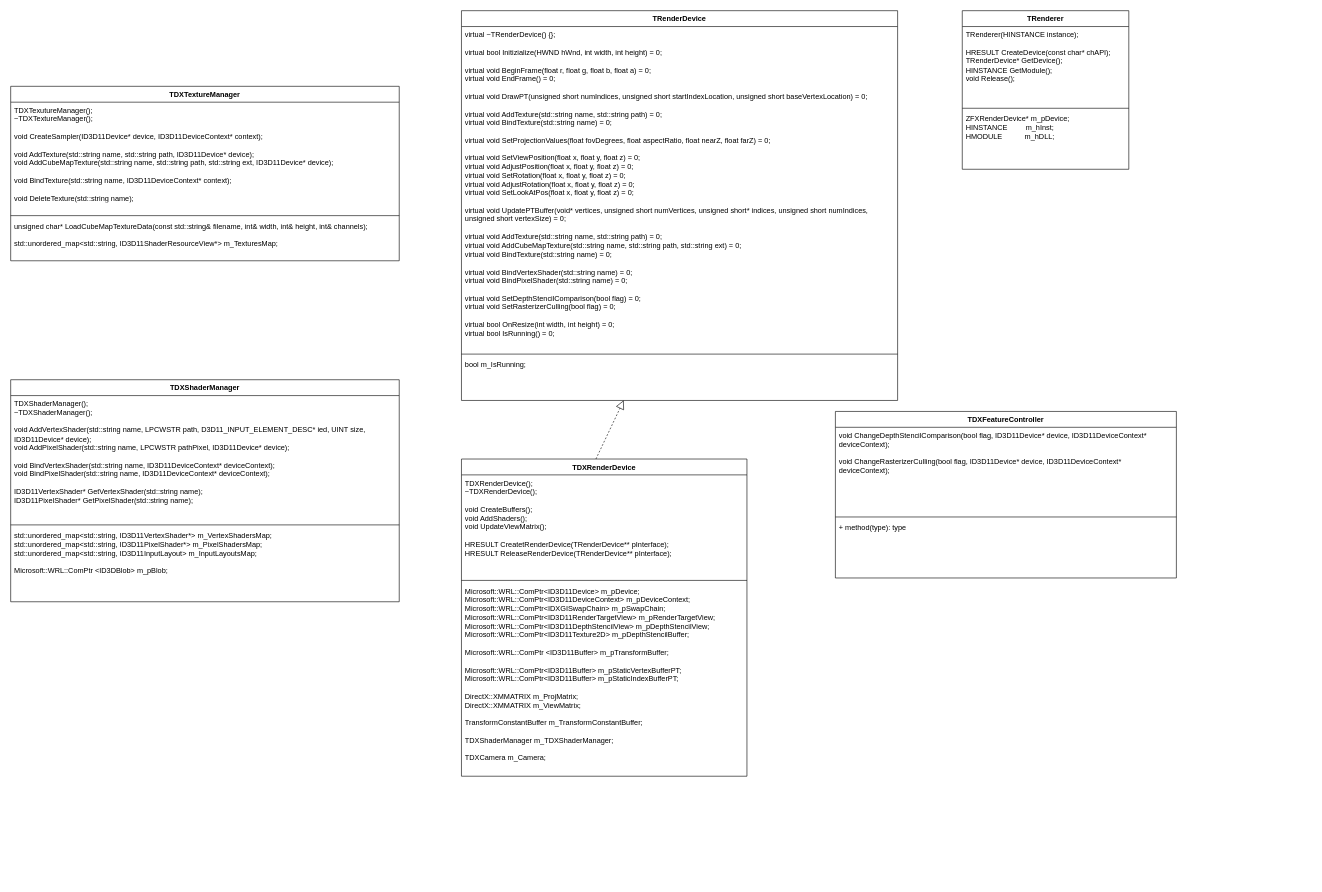
Earlier version of the draw.io diagram UML/TRenderer.drawio (f1oating/TRender). Source tidied: cells renumbered, new cells numbered last; positions are measured from the earlier drawing's top-left corner, leaving out a move shared by most shapes. Both pictures are drawn from the tidied source at 61%, with x=0, y=0 at pixel (10, 10).
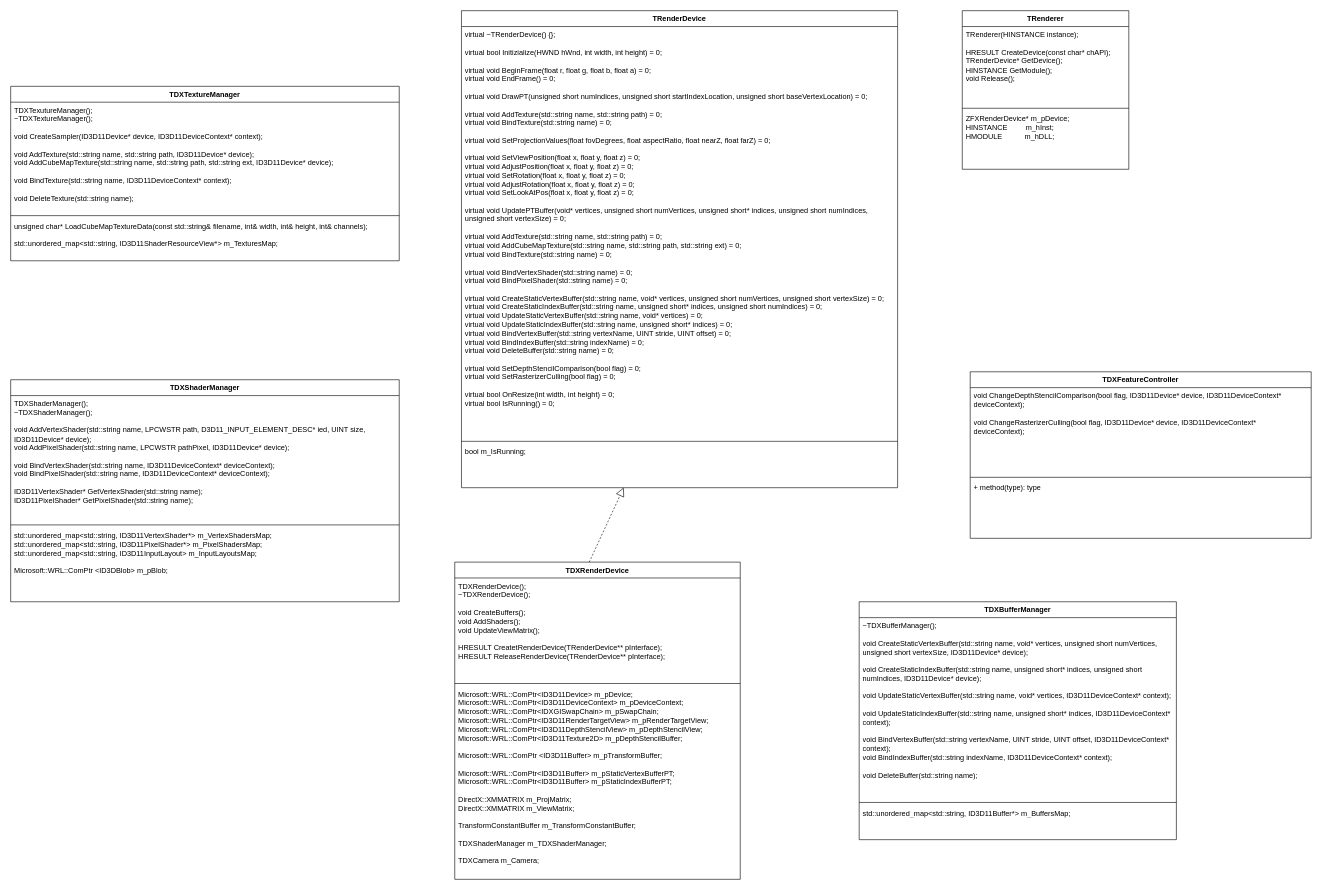
The same page after the edit.

Commit message (it also covers changes not shown here):
added buffer manager

Change to the diagram source:
```diff
@@
     <mxCell id="2" value="TRenderDevice" style="swimlane;fontStyle=1;align=center;verticalAlign=top;horizontal=1;startSize=26;whiteSpace=wrap;html=1;" parent="1" vertex="1">
-      <mxGeometry x="739" width="715" height="639" as="geometry" />
+      <mxGeometry x="739" width="715" height="782" as="geometry" />
     </mxCell>
-    <mxCell id="3" value="&lt;div&gt;virtual ~TRenderDevice() {};&lt;br&gt;&lt;/div&gt;&lt;div&gt;&lt;br&gt;&lt;/div&gt;&lt;div&gt;virtual bool Initizialize(HWND hWnd, int width, int height) = 0;&lt;/div&gt;&lt;div&gt;&lt;br&gt;&lt;/div&gt;&lt;div&gt;virtual void BeginFrame(float r, float g, float b, float a) = 0;&lt;/div&gt;&lt;div&gt;virtual void EndFrame() = 0;&lt;/div&gt;&lt;div&gt;&lt;br&gt;&lt;/div&gt;&lt;div&gt;virtual void DrawPT(unsigned short numIndices, unsigned short startIndexLocation, unsigned short baseVertexLocation) = 0;&lt;br&gt;&lt;/div&gt;&lt;div&gt;&lt;br&gt;&lt;/div&gt;&lt;div&gt;virtual void AddTexture(std::string name, std::string path) = 0;&lt;br&gt;virtual void BindTexture(std::string name) = 0;&lt;br&gt;&lt;/div&gt;&lt;div&gt;&lt;br&gt;&lt;/div&gt;virtual void SetProjectionValues(float fovDegrees, float aspectRatio, float nearZ, float farZ) = 0;&lt;br&gt;&lt;br&gt;virtual void SetViewPosition(float x, float y, float z) = 0;&lt;br&gt;virtual void AdjustPosition(float x, float y, float z) = 0;&lt;br&gt;virtual void SetRotation(float x, float y, float z) = 0;&lt;br&gt;virtual void AdjustRotation(float x, float y, float z) = 0;&lt;br&gt;virtual void SetLookAtPos(float x, float y, float z) = 0;&lt;div&gt;&lt;br&gt;&lt;/div&gt;&lt;div&gt;virtual void UpdatePTBuffer(void* vertices, unsigned short numVertices, unsigned short* indices, unsigned short numIndices, unsigned short vertexSize) = 0;&lt;/div&gt;&lt;div&gt;&lt;br&gt;&lt;/div&gt;&lt;div&gt;virtual void AddTexture(std::string name, std::string path) = 0;&lt;/div&gt;&lt;div&gt;virtual void AddCubeMapTexture(std::string name, std::string path, std::string ext) = 0;&lt;br&gt;&lt;/div&gt;&lt;div&gt;virtual void BindTexture(std::string name) = 0;&lt;/div&gt;&lt;div&gt;&lt;br&gt;&lt;/div&gt;&lt;div&gt;virtual void BindVertexShader(std::string name) = 0;&lt;br&gt;virtual void BindPixelShader(std::string name) = 0;&lt;/div&gt;&lt;div&gt;&lt;br&gt;&lt;/div&gt;&lt;div&gt;virtual void SetDepthStencilComparison(bool flag) = 0;&lt;br&gt;virtual void SetRasterizerCulling(bool flag) = 0;&lt;br&gt;&lt;/div&gt;&lt;div&gt;&lt;br&gt;&lt;/div&gt;&lt;div&gt;virtual bool OnResize(int width, int height) = 0;&lt;/div&gt;&lt;div&gt;virtual bool IsRunning() = 0;&lt;br&gt;&lt;/div&gt;" style="text;strokeColor=none;fillColor=none;align=left;verticalAlign=top;spacingLeft=4;spacingRight=4;overflow=hidden;whiteSpace=wrap;html=1;" parent="2" vertex="1">
-      <mxGeometry y="26" width="715" height="533" as="geometry" />
+    <mxCell id="3" value="&lt;div&gt;virtual ~TRenderDevice() {};&lt;br&gt;&lt;/div&gt;&lt;div&gt;&lt;br&gt;&lt;/div&gt;&lt;div&gt;virtual bool Initizialize(HWND hWnd, int width, int height) = 0;&lt;/div&gt;&lt;div&gt;&lt;br&gt;&lt;/div&gt;&lt;div&gt;virtual void BeginFrame(float r, float g, float b, float a) = 0;&lt;/div&gt;&lt;div&gt;virtual void EndFrame() = 0;&lt;/div&gt;&lt;div&gt;&lt;br&gt;&lt;/div&gt;&lt;div&gt;virtual void DrawPT(unsigned short numIndices, unsigned short startIndexLocation, unsigned short baseVertexLocation) = 0;&lt;br&gt;&lt;/div&gt;&lt;div&gt;&lt;br&gt;&lt;/div&gt;&lt;div&gt;virtual void AddTexture(std::string name, std::string path) = 0;&lt;br&gt;virtual void BindTexture(std::string name) = 0;&lt;br&gt;&lt;/div&gt;&lt;div&gt;&lt;br&gt;&lt;/div&gt;virtual void SetProjectionValues(float fovDegrees, float aspectRatio, float nearZ, float farZ) = 0;&lt;br&gt;&lt;br&gt;virtual void SetViewPosition(float x, float y, float z) = 0;&lt;br&gt;virtual void AdjustPosition(float x, float y, float z) = 0;&lt;br&gt;virtual void SetRotation(float x, float y, float z) = 0;&lt;br&gt;virtual void AdjustRotation(float x, float y, float z) = 0;&lt;br&gt;virtual void SetLookAtPos(float x, float y, float z) = 0;&lt;div&gt;&lt;br&gt;&lt;/div&gt;&lt;div&gt;virtual void UpdatePTBuffer(void* vertices, unsigned short numVertices, unsigned short* indices, unsigned short numIndices, unsigned short vertexSize) = 0;&lt;/div&gt;&lt;div&gt;&lt;br&gt;&lt;/div&gt;&lt;div&gt;virtual void AddTexture(std::string name, std::string path) = 0;&lt;/div&gt;&lt;div&gt;virtual void AddCubeMapTexture(std::string name, std::string path, std::string ext) = 0;&lt;br&gt;&lt;/div&gt;&lt;div&gt;virtual void BindTexture(std::string name) = 0;&lt;/div&gt;&lt;div&gt;&lt;br&gt;&lt;/div&gt;&lt;div&gt;virtual void BindVertexShader(std::string name) = 0;&lt;br&gt;virtual void BindPixelShader(std::string name) = 0;&lt;/div&gt;&lt;div&gt;&lt;br&gt;&lt;/div&gt;&lt;div&gt;virtual void CreateStaticVertexBuffer(std::string name, void* vertices, unsigned short numVertices, unsigned short vertexSize) = 0;&lt;br&gt;virtual void CreateStaticIndexBuffer(std::string name, unsigned short* indices, unsigned short numIndices) = 0;&lt;br&gt;virtual void UpdateStaticVertexBuffer(std::string name, void* vertices) = 0;&lt;br&gt;virtual void UpdateStaticIndexBuffer(std::string name, unsigned short* indices) = 0;&lt;br&gt;virtual void BindVertexBuffer(std::string vertexName, UINT stride, UINT offset) = 0;&lt;br&gt;virtual void BindIndexBuffer(std::string indexName) = 0;&lt;br&gt;virtual void DeleteBuffer(std::string name) = 0;&lt;br&gt;&lt;/div&gt;&lt;div&gt;&lt;br&gt;&lt;/div&gt;&lt;div&gt;virtual void SetDepthStencilComparison(bool flag) = 0;&lt;br&gt;virtual void SetRasterizerCulling(bool flag) = 0;&lt;br&gt;&lt;/div&gt;&lt;div&gt;&lt;br&gt;&lt;/div&gt;&lt;div&gt;virtual bool OnResize(int width, int height) = 0;&lt;/div&gt;&lt;div&gt;virtual bool IsRunning() = 0;&lt;br&gt;&lt;/div&gt;" style="text;strokeColor=none;fillColor=none;align=left;verticalAlign=top;spacingLeft=4;spacingRight=4;overflow=hidden;whiteSpace=wrap;html=1;" parent="2" vertex="1">
+      <mxGeometry y="26" width="715" height="676" as="geometry" />
     </mxCell>
     <mxCell id="4" style="line;strokeWidth=1;fillColor=none;align=left;verticalAlign=middle;spacingTop=-1;spacingLeft=3;spacingRight=3;labelPosition=right;strokeColor=inherit;" parent="2" vertex="1">
-      <mxGeometry y="559" width="715" height="8" as="geometry" />
+      <mxGeometry y="702" width="715" height="8" as="geometry" />
     </mxCell>
     <mxCell id="5" value="&lt;div&gt;bool m_IsRunning;&lt;br&gt;&lt;/div&gt;" style="text;strokeColor=none;fillColor=none;align=left;verticalAlign=top;spacingLeft=4;spacingRight=4;overflow=hidden;points=[[0,0.5],[1,0.5]];portConstraint=eastwest;whiteSpace=wrap;html=1;" parent="2" vertex="1">
-      <mxGeometry y="567" width="715" height="72" as="geometry" />
+      <mxGeometry y="710" width="715" height="72" as="geometry" />
     </mxCell>
@@
     <mxCell id="7" value="TDXRenderDevice" style="swimlane;fontStyle=1;align=center;verticalAlign=top;horizontal=1;startSize=26;whiteSpace=wrap;html=1;" parent="1" vertex="1">
-      <mxGeometry x="739" y="735" width="468" height="520" as="geometry" />
+      <mxGeometry x="728" y="904" width="468" height="520" as="geometry" />
     </mxCell>
@@
     <mxCell id="23" value="TDXFeatureController" style="swimlane;fontStyle=1;align=center;verticalAlign=top;horizontal=1;startSize=26;whiteSpace=wrap;html=1;" parent="1" vertex="1">
-      <mxGeometry x="1352" y="657" width="559" height="273" as="geometry" />
+      <mxGeometry x="1573" y="592" width="559" height="273" as="geometry" />
     </mxCell>
@@
+    <mxCell id="27" value="TDXBufferManager" style="swimlane;fontStyle=1;align=center;verticalAlign=top;horizontal=1;startSize=26;whiteSpace=wrap;html=1;" parent="1" vertex="1">
+      <mxGeometry x="1391" y="969" width="520" height="390" as="geometry" />
+    </mxCell>
+    <mxCell id="28" value="~TDXBufferManager();&lt;br&gt;&lt;br&gt;void CreateStaticVertexBuffer(std::string name, void* vertices, unsigned short numVertices, unsigned short vertexSize, ID3D11Device* device);&lt;br&gt;&lt;br&gt;void CreateStaticIndexBuffer(std::string name, unsigned short* indices, unsigned short numIndices, ID3D11Device* device);&lt;br&gt;&lt;br&gt;void UpdateStaticVertexBuffer(std::string name, void* vertices, ID3D11DeviceContext* context);&lt;br&gt;&lt;br&gt;void UpdateStaticIndexBuffer(std::string name, unsigned short* indices, ID3D11DeviceContext* context);&lt;br&gt;&lt;br&gt;void BindVertexBuffer(std::string vertexName, UINT stride, UINT offset, ID3D11DeviceContext* context);&lt;br&gt;void BindIndexBuffer(std::string indexName, ID3D11DeviceContext* context);&lt;br&gt;&lt;br&gt;void DeleteBuffer(std::string name);" style="text;strokeColor=none;fillColor=none;align=left;verticalAlign=top;spacingLeft=4;spacingRight=4;overflow=hidden;whiteSpace=wrap;html=1;" parent="27" vertex="1">
+      <mxGeometry y="26" width="520" height="299" as="geometry" />
+    </mxCell>
+    <mxCell id="29" style="line;strokeWidth=1;fillColor=none;align=left;verticalAlign=middle;spacingTop=-1;spacingLeft=3;spacingRight=3;labelPosition=right;strokeColor=inherit;" parent="27" vertex="1">
+      <mxGeometry y="325" width="520" height="8" as="geometry" />
+    </mxCell>
+    <mxCell id="30" value="&lt;div&gt;std::unordered_map&amp;lt;std::string, ID3D11Buffer*&amp;gt; m_BuffersMap;&lt;/div&gt;" style="text;strokeColor=none;fillColor=none;align=left;verticalAlign=top;spacingLeft=4;spacingRight=4;overflow=hidden;whiteSpace=wrap;html=1;" parent="27" vertex="1">
+      <mxGeometry y="333" width="520" height="57" as="geometry" />
+    </mxCell>
```
